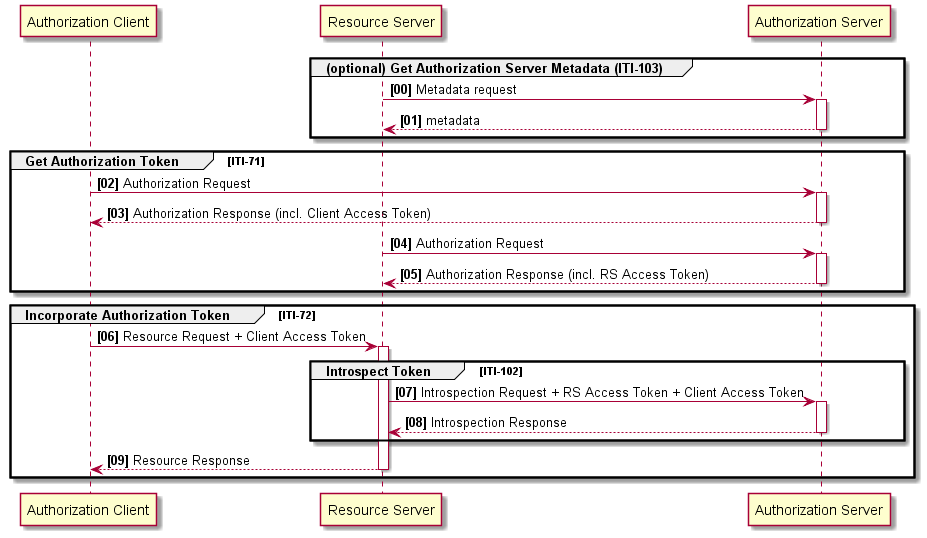
IHE/IT-Infrastructure keeps this PlantUML diagram as IUA.b/media/introspect.png. Above is the earlier version.
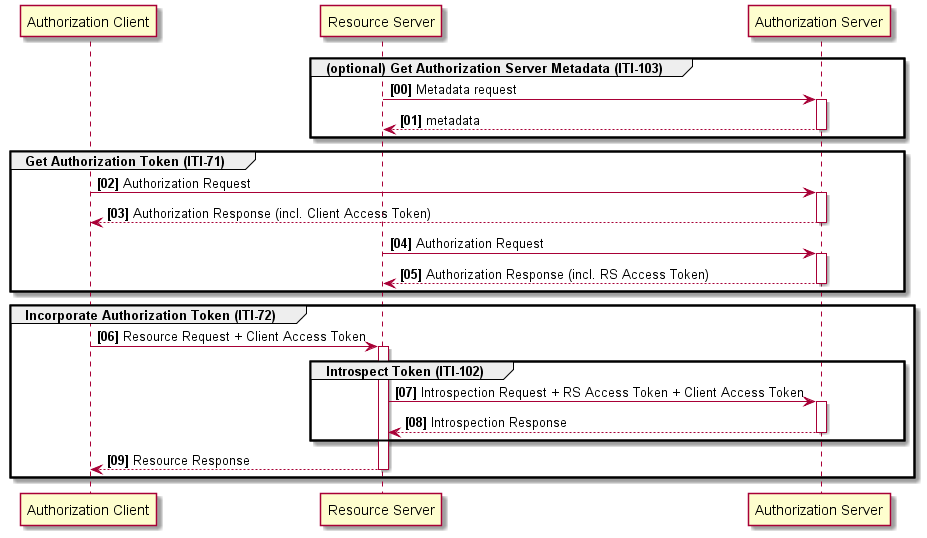
After the commit.

Change to the diagram source:
```diff
@@ -12,7 +12,7 @@
     AuthzServer --> ResourceServer: metadata
 end
 
-group Get Authorization Token [ITI-71]
+group Get Authorization Token (ITI-71)
 Client -> AuthzServer : Authorization Request
 Client <-- AuthzServer : Authorization Response (incl. Client Access Token)
 
@@ -20,10 +20,10 @@
 ResourceServer <-- AuthzServer : Authorization Response (incl. RS Access Token)
 end
 
-group Incorporate Authorization Token [ITI-72]
+group Incorporate Authorization Token (ITI-72)
 Client -> ResourceServer : Resource Request + Client Access Token
 
-group Introspect Token [ITI-102]
+group Introspect Token (ITI-102)
 ResourceServer -> AuthzServer : Introspection Request + RS Access Token + Client Access Token
 ResourceServer <-- AuthzServer : Introspection Response
 end
```
